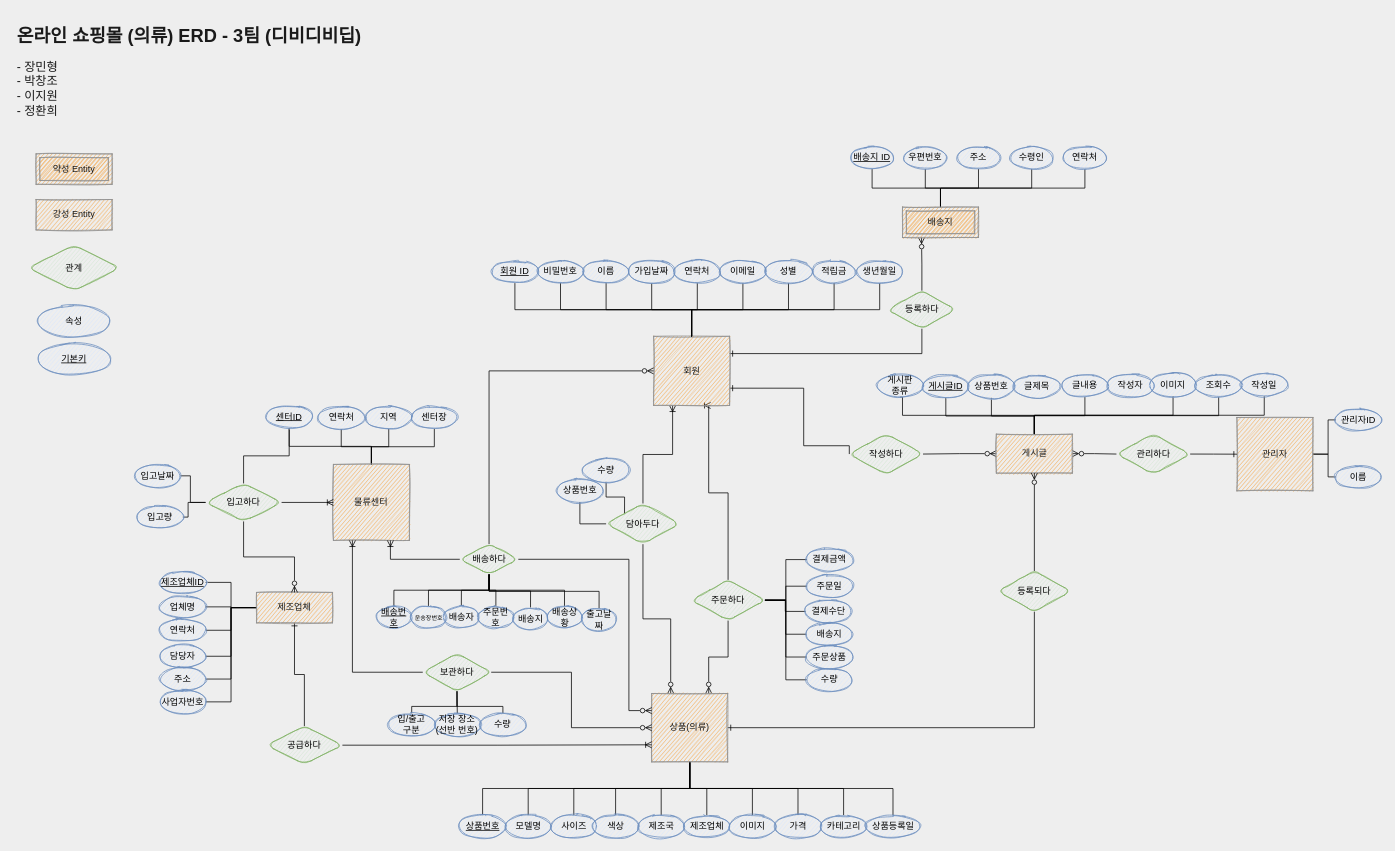
Before: page "새로만든ER" (3 of 3) of Untitled Diagram.drawio in pcjo1202/DataBase-design, a draw.io diagram. Source tidied: cells renumbered, new cells numbered last; positions are measured from the earlier drawing's top-left corner, leaving out a move shared by most shapes. Both pictures are drawn from the tidied source at 76%, with x=0, y=0 at pixel (13, 21).
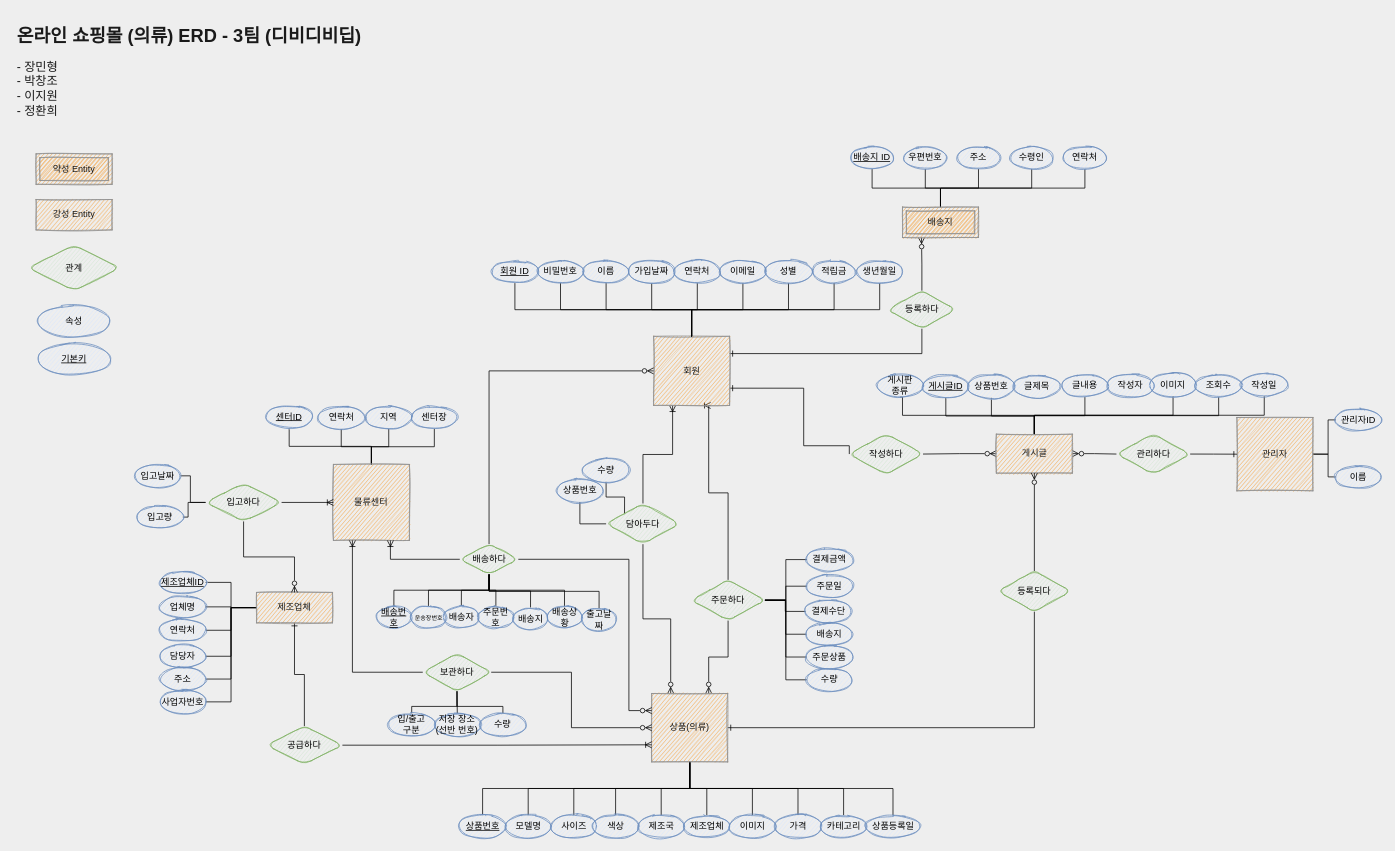
The same page after the edit.

Unchanged cells that the change refers to:
```xml
<mxCell id="68" value="입고하다" style="shape=rhombus;perimeter=rhombusPerimeter;whiteSpace=wrap;html=1;align=center;fillColor=#d5e8d4;strokeColor=#82b366;sketch=1;rounded=1;" parent="1" vertex="1">
  <mxGeometry x="253" y="608.6" width="100" height="50" as="geometry" />
</mxCell>
<mxCell id="138" value="센터ID" style="ellipse;whiteSpace=wrap;html=1;align=center;fontStyle=4;rounded=0;sketch=1;strokeColor=#6c8ebf;fillColor=#dae8fc;" parent="1" vertex="1">
  <mxGeometry x="333" y="506" width="60" height="30" as="geometry" />
</mxCell>
```

The edit, as a diff of the source:
```diff
@@
-    <mxCell id="67" style="edgeStyle=orthogonalEdgeStyle;rounded=0;jettySize=auto;html=1;endArrow=none;endFill=0;" parent="1" edge="1" source="68" target="138">
-      <mxGeometry relative="1" as="geometry" />
-    </mxCell>
```
